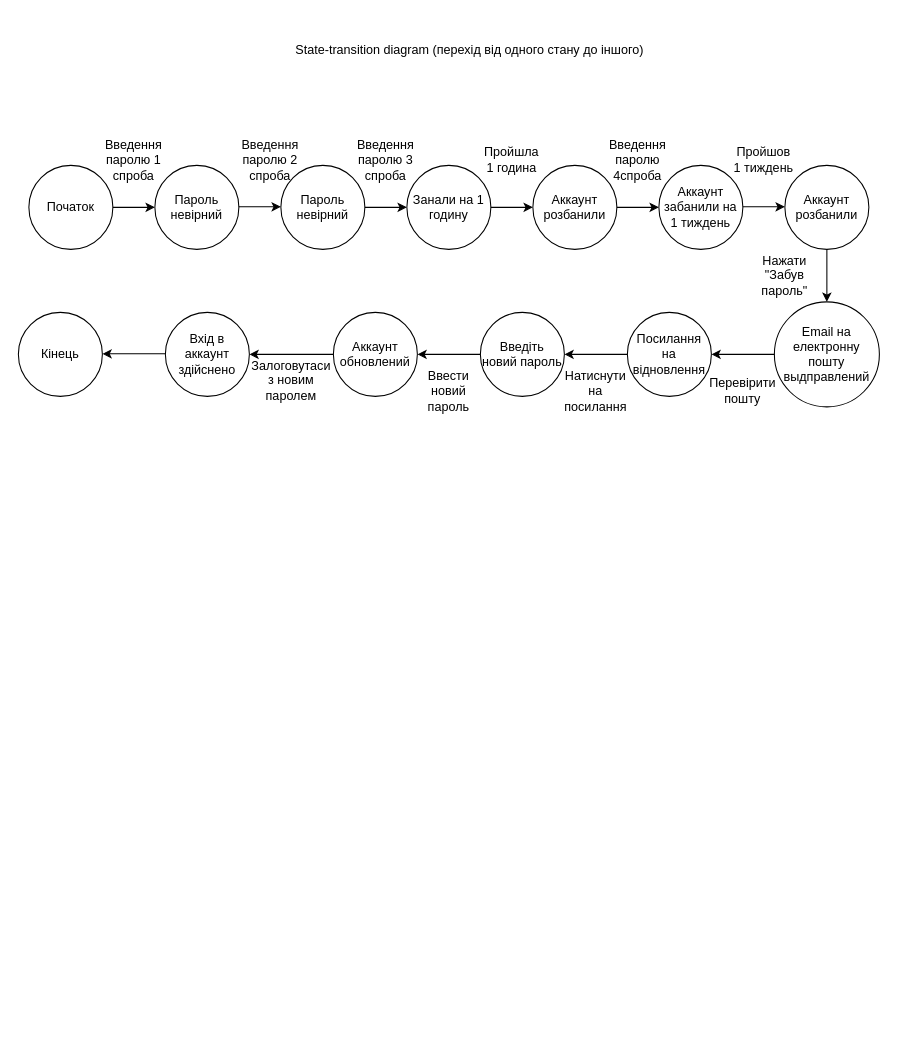
Earlier version of the draw.io diagram Untitled Diagram.drawio (Olesya8686/Getcourse). Source tidied: cells renumbered, new cells numbered last; positions are measured from the earlier drawing's top-left corner, leaving out a move shared by most shapes. Both pictures are drawn from the tidied source at 105%, with x=0, y=0 at pixel (18, 18).
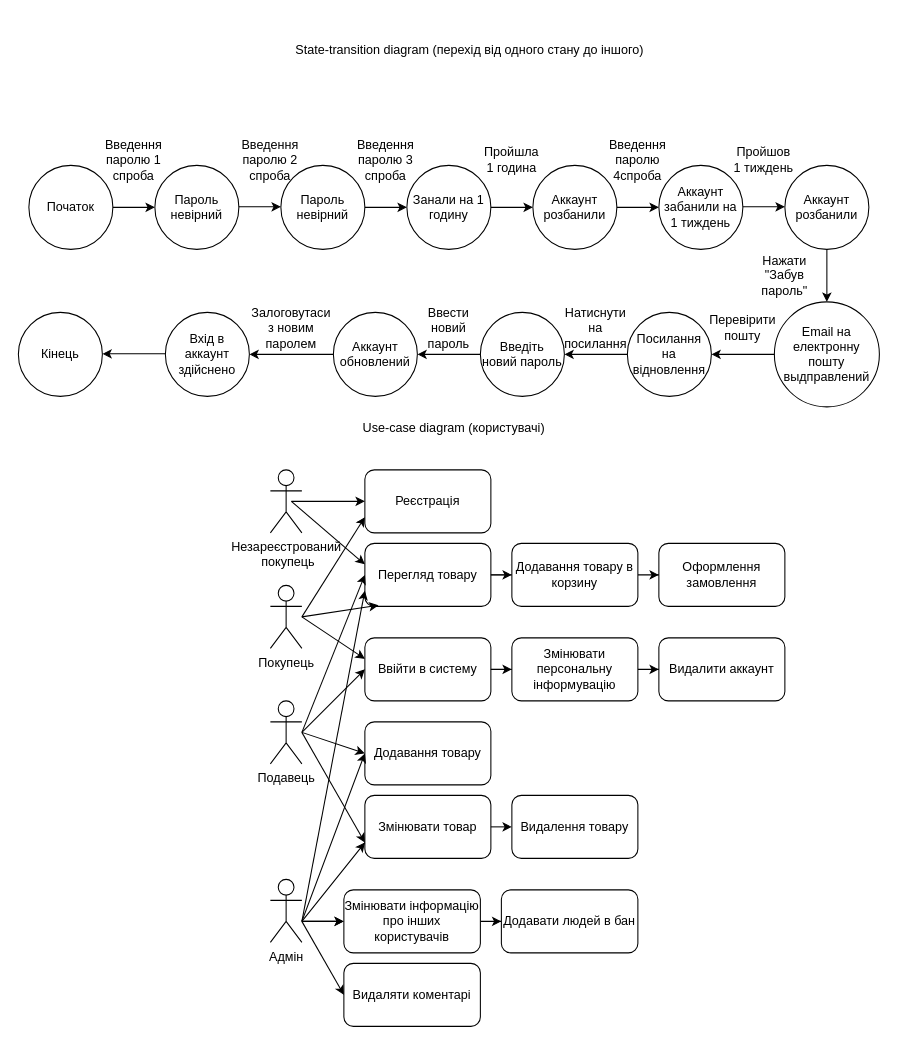
The same page after the edit.

Diff of the diagram source:
```diff
@@
     <mxCell id="27" value="Перевірити пошту" style="text;html=1;strokeColor=none;fillColor=none;align=center;verticalAlign=middle;whiteSpace=wrap;rounded=0;" parent="1" vertex="1">
-      <mxGeometry x="660" y="340" width="60" height="30" as="geometry" />
+      <mxGeometry x="660" y="280" width="60" height="30" as="geometry" />
     </mxCell>
@@
     <mxCell id="30" value="Натиснути на посилання" style="text;html=1;strokeColor=none;fillColor=none;align=center;verticalAlign=middle;whiteSpace=wrap;rounded=0;" parent="1" vertex="1">
-      <mxGeometry x="520" y="340" width="60" height="30" as="geometry" />
+      <mxGeometry x="520" y="280" width="60" height="30" as="geometry" />
     </mxCell>
@@
     <mxCell id="33" value="Ввести новий пароль" style="text;html=1;strokeColor=none;fillColor=none;align=center;verticalAlign=middle;whiteSpace=wrap;rounded=0;" parent="1" vertex="1">
-      <mxGeometry x="380" y="340" width="60" height="30" as="geometry" />
+      <mxGeometry x="380" y="280" width="60" height="30" as="geometry" />
     </mxCell>
@@
     <mxCell id="36" value="Залоговутаси з новим паролем" style="text;html=1;strokeColor=none;fillColor=none;align=center;verticalAlign=middle;whiteSpace=wrap;rounded=0;" parent="1" vertex="1">
-      <mxGeometry x="230" y="330" width="60" height="30" as="geometry" />
+      <mxGeometry x="230" y="280" width="60" height="30" as="geometry" />
     </mxCell>
@@
+    <mxCell id="39" value="Use-case diagram (користувачі)" style="text;html=1;strokeColor=none;fillColor=none;align=center;verticalAlign=middle;whiteSpace=wrap;rounded=0;" parent="1" vertex="1">
+      <mxGeometry x="165" y="360" width="500" height="60" as="geometry" />
+    </mxCell>
+    <mxCell id="40" value="Адмін" style="shape=umlActor;verticalLabelPosition=bottom;verticalAlign=top;html=1;" parent="1" vertex="1">
+      <mxGeometry x="240" y="820" width="30" height="60" as="geometry" />
+    </mxCell>
+    <mxCell id="41" value="Подавець" style="shape=umlActor;verticalLabelPosition=bottom;verticalAlign=top;html=1;" parent="1" vertex="1">
+      <mxGeometry x="240" y="650" width="30" height="60" as="geometry" />
+    </mxCell>
+    <mxCell id="42" value="Покупець" style="shape=umlActor;verticalLabelPosition=bottom;verticalAlign=top;html=1;outlineConnect=0;" parent="1" vertex="1">
+      <mxGeometry x="240" y="540" width="30" height="60" as="geometry" />
+    </mxCell>
+    <mxCell id="43" value="Незареєстрований &lt;br&gt;&amp;nbsp;покупець" style="shape=umlActor;verticalLabelPosition=bottom;verticalAlign=top;html=1;" parent="1" vertex="1">
+      <mxGeometry x="240" y="430" width="30" height="60" as="geometry" />
+    </mxCell>
+    <mxCell id="44" value="Перегляд товару" style="rounded=1;whiteSpace=wrap;html=1;" parent="1" vertex="1">
+      <mxGeometry x="330" y="500" width="120" height="60" as="geometry" />
+    </mxCell>
+    <mxCell id="45" value="Реєстрація" style="rounded=1;whiteSpace=wrap;html=1;" parent="1" vertex="1">
+      <mxGeometry x="330" y="430" width="120" height="60" as="geometry" />
+    </mxCell>
+    <mxCell id="46" style="edgeStyle=orthogonalEdgeStyle;rounded=0;jettySize=auto;html=1;entryX=0;entryY=0.5;entryDx=0;entryDy=0;exitX=1;exitY=0.5;exitDx=0;exitDy=0;" parent="1" edge="1" source="44" target="49">
+      <mxGeometry relative="1" as="geometry" />
+    </mxCell>
+    <mxCell id="47" value="Оформлення замовлення" style="rounded=1;whiteSpace=wrap;html=1;" parent="1" vertex="1">
+      <mxGeometry x="610" y="500" width="120" height="60" as="geometry" />
+    </mxCell>
+    <mxCell id="48" style="edgeStyle=orthogonalEdgeStyle;rounded=0;jettySize=auto;html=1;entryX=0;entryY=0.5;entryDx=0;entryDy=0;startArrow=none;" parent="1" edge="1" source="49" target="47">
+      <mxGeometry relative="1" as="geometry" />
+    </mxCell>
+    <mxCell id="49" value="Додавання товару в корзину" style="rounded=1;whiteSpace=wrap;html=1;" parent="1" vertex="1">
+      <mxGeometry x="470" y="500" width="120" height="60" as="geometry" />
+    </mxCell>
+    <mxCell id="50" style="edgeStyle=orthogonalEdgeStyle;rounded=0;jettySize=auto;html=1;entryX=0;entryY=0.5;entryDx=0;entryDy=0;endArrow=none;exitX=1;exitY=0.5;exitDx=0;exitDy=0;" parent="1" edge="1" source="44" target="49">
+      <mxGeometry relative="1" as="geometry" />
+    </mxCell>
+    <mxCell id="51" style="endArrow=classic;html=1;rounded=0;entryX=0.108;entryY=0.983;entryDx=0;entryDy=0;entryPerimeter=0;" parent="1" edge="1" target="44">
+      <mxGeometry relative="1" as="geometry">
+        <mxPoint x="270" y="570" as="sourcePoint" />
+      </mxGeometry>
+    </mxCell>
+    <mxCell id="52" style="endArrow=classic;html=1;rounded=0;entryX=0;entryY=0.75;entryDx=0;entryDy=0;" parent="1" edge="1" source="42" target="45">
+      <mxGeometry relative="1" as="geometry">
+        <Array as="points">
+          <mxPoint x="270" y="570" />
+        </Array>
+      </mxGeometry>
+    </mxCell>
+    <mxCell id="53" style="endArrow=classic;html=1;rounded=0;" parent="1" edge="1">
+      <mxGeometry relative="1" as="geometry">
+        <mxPoint x="270" y="570" as="sourcePoint" />
+        <mxPoint x="330" y="610" as="targetPoint" />
+      </mxGeometry>
+    </mxCell>
+    <mxCell id="54" value="Ввійти в систему" style="rounded=1;whiteSpace=wrap;html=1;" parent="1" vertex="1">
+      <mxGeometry x="330" y="590" width="120" height="60" as="geometry" />
+    </mxCell>
+    <mxCell id="55" style="edgeStyle=orthogonalEdgeStyle;rounded=0;jettySize=auto;html=1;entryX=0;entryY=0.5;entryDx=0;entryDy=0;exitX=1;exitY=0.5;exitDx=0;exitDy=0;" parent="1" edge="1" source="54" target="58">
+      <mxGeometry relative="1" as="geometry" />
+    </mxCell>
+    <mxCell id="56" value="Видалити аккаунт" style="rounded=1;whiteSpace=wrap;html=1;" parent="1" vertex="1">
+      <mxGeometry x="610" y="590" width="120" height="60" as="geometry" />
+    </mxCell>
+    <mxCell id="57" style="edgeStyle=orthogonalEdgeStyle;rounded=0;jettySize=auto;html=1;entryX=0;entryY=0.5;entryDx=0;entryDy=0;startArrow=none;" parent="1" edge="1" source="58" target="56">
+      <mxGeometry relative="1" as="geometry" />
+    </mxCell>
+    <mxCell id="58" value="Змінювати персональну інформувацію" style="rounded=1;whiteSpace=wrap;html=1;" parent="1" vertex="1">
+      <mxGeometry x="470" y="590" width="120" height="60" as="geometry" />
+    </mxCell>
+    <mxCell id="59" style="edgeStyle=orthogonalEdgeStyle;rounded=0;jettySize=auto;html=1;entryX=0;entryY=0.5;entryDx=0;entryDy=0;endArrow=none;exitX=1;exitY=0.5;exitDx=0;exitDy=0;" parent="1" edge="1" source="54" target="58">
+      <mxGeometry relative="1" as="geometry" />
+    </mxCell>
+    <mxCell id="60" style="endArrow=classic;html=1;rounded=0;entryX=0;entryY=0.5;entryDx=0;entryDy=0;" parent="1" edge="1" target="44">
+      <mxGeometry relative="1" as="geometry">
+        <mxPoint x="270" y="680" as="sourcePoint" />
+      </mxGeometry>
+    </mxCell>
+    <mxCell id="61" style="endArrow=classic;html=1;rounded=0;entryX=0;entryY=0.5;entryDx=0;entryDy=0;" parent="1" edge="1" target="54">
+      <mxGeometry relative="1" as="geometry">
+        <mxPoint x="270" y="680" as="sourcePoint" />
+      </mxGeometry>
+    </mxCell>
+    <mxCell id="62" value="Додавання товару" style="rounded=1;whiteSpace=wrap;html=1;" parent="1" vertex="1">
+      <mxGeometry x="330" y="670" width="120" height="60" as="geometry" />
+    </mxCell>
+    <mxCell id="63" style="endArrow=classic;html=1;rounded=0;entryX=0;entryY=0.5;entryDx=0;entryDy=0;" parent="1" edge="1" target="62">
+      <mxGeometry relative="1" as="geometry">
+        <mxPoint x="270" y="680" as="sourcePoint" />
+      </mxGeometry>
+    </mxCell>
+    <mxCell id="64" value="Змінювати товар" style="rounded=1;whiteSpace=wrap;html=1;" parent="1" vertex="1">
+      <mxGeometry x="330" y="740" width="120" height="60" as="geometry" />
+    </mxCell>
+    <mxCell id="65" value="Видалення товару" style="rounded=1;whiteSpace=wrap;html=1;" parent="1" vertex="1">
+      <mxGeometry x="470" y="740" width="120" height="60" as="geometry" />
+    </mxCell>
+    <mxCell id="66" style="endArrow=classic;html=1;rounded=0;entryX=0;entryY=0.75;entryDx=0;entryDy=0;" parent="1" edge="1" target="64">
+      <mxGeometry relative="1" as="geometry">
+        <mxPoint x="270" y="680" as="sourcePoint" />
+      </mxGeometry>
+    </mxCell>
+    <mxCell id="67" style="endArrow=classic;html=1;rounded=0;entryX=0;entryY=0.5;entryDx=0;entryDy=0;" parent="1" edge="1" source="64" target="65">
+      <mxGeometry relative="1" as="geometry">
+        <Array as="points">
+          <mxPoint x="470" y="770" />
+        </Array>
+      </mxGeometry>
+    </mxCell>
+    <mxCell id="68" style="edgeStyle=orthogonalEdgeStyle;rounded=0;jettySize=auto;html=1;" parent="1" edge="1" source="69" target="74">
+      <mxGeometry relative="1" as="geometry" />
+    </mxCell>
+    <mxCell id="69" value="Змінювати інформацію про інших користувачів" style="rounded=1;whiteSpace=wrap;html=1;" parent="1" vertex="1">
+      <mxGeometry x="310" y="830" width="130" height="60" as="geometry" />
+    </mxCell>
+    <mxCell id="70" value="Видаляти коментарі" style="rounded=1;whiteSpace=wrap;html=1;" parent="1" vertex="1">
+      <mxGeometry x="310" y="900" width="130" height="60" as="geometry" />
+    </mxCell>
+    <mxCell id="71" style="endArrow=classic;html=1;rounded=0;entryX=0;entryY=0.5;entryDx=0;entryDy=0;" parent="1" edge="1" target="69">
+      <mxGeometry relative="1" as="geometry">
+        <mxPoint x="270" y="860" as="sourcePoint" />
+      </mxGeometry>
+    </mxCell>
+    <mxCell id="72" style="endArrow=classic;html=1;rounded=0;entryX=0;entryY=0.5;entryDx=0;entryDy=0;" parent="1" edge="1" target="69">
+      <mxGeometry relative="1" as="geometry">
+        <mxPoint x="270" y="860" as="sourcePoint" />
+        <Array as="points">
+          <mxPoint x="290" y="860" />
+        </Array>
+      </mxGeometry>
+    </mxCell>
+    <mxCell id="73" style="endArrow=classic;html=1;rounded=0;entryX=0;entryY=0.5;entryDx=0;entryDy=0;" parent="1" edge="1" target="70">
+      <mxGeometry relative="1" as="geometry">
+        <mxPoint x="270" y="860" as="sourcePoint" />
+      </mxGeometry>
+    </mxCell>
+    <mxCell id="74" value="Додавати людей в бан" style="rounded=1;whiteSpace=wrap;html=1;" parent="1" vertex="1">
+      <mxGeometry x="460" y="830" width="130" height="60" as="geometry" />
+    </mxCell>
+    <mxCell id="75" style="endArrow=classic;html=1;rounded=0;entryX=0;entryY=0.75;entryDx=0;entryDy=0;" parent="1" edge="1" target="44">
+      <mxGeometry relative="1" as="geometry">
+        <mxPoint x="270" y="860" as="sourcePoint" />
+      </mxGeometry>
+    </mxCell>
+    <mxCell id="76" style="endArrow=classic;html=1;rounded=0;entryX=0;entryY=0.5;entryDx=0;entryDy=0;" parent="1" edge="1" target="62">
+      <mxGeometry relative="1" as="geometry">
+        <mxPoint x="270" y="860" as="sourcePoint" />
+      </mxGeometry>
+    </mxCell>
+    <mxCell id="77" style="endArrow=classic;html=1;rounded=0;entryX=0;entryY=0.75;entryDx=0;entryDy=0;" parent="1" edge="1" target="64">
+      <mxGeometry relative="1" as="geometry">
+        <mxPoint x="330" y="785" as="sourcePoint" />
+        <Array as="points">
+          <mxPoint x="270" y="860" />
+        </Array>
+      </mxGeometry>
+    </mxCell>
+    <mxCell id="78" style="endArrow=classic;html=1;rounded=0;" parent="1" edge="1" target="45">
+      <mxGeometry relative="1" as="geometry">
+        <mxPoint x="260" y="460" as="sourcePoint" />
+        <Array as="points">
+          <mxPoint x="260" y="460" />
+        </Array>
+      </mxGeometry>
+    </mxCell>
+    <mxCell id="79" style="endArrow=classic;html=1;rounded=0;" parent="1" edge="1">
+      <mxGeometry relative="1" as="geometry">
+        <mxPoint x="260" y="460" as="sourcePoint" />
+        <mxPoint x="330" y="520" as="targetPoint" />
+      </mxGeometry>
+    </mxCell>
```
